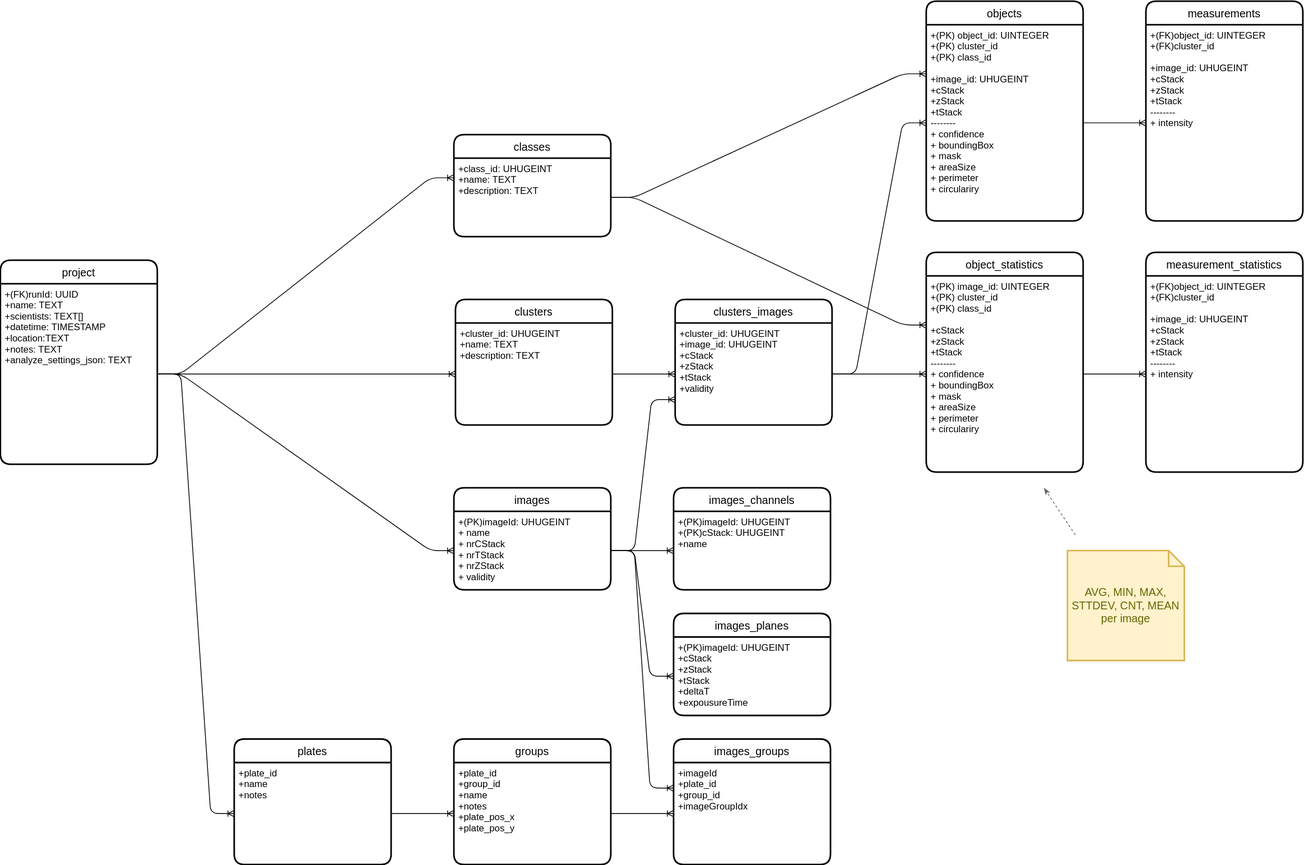
The draw.io diagram doc/database_schema_new.drawio.svg in joda01/imagec, before a commit. Source tidied: cells renumbered, new cells last; positions are measured from the earlier drawing's top-left corner, leaving out a move shared by most shapes.
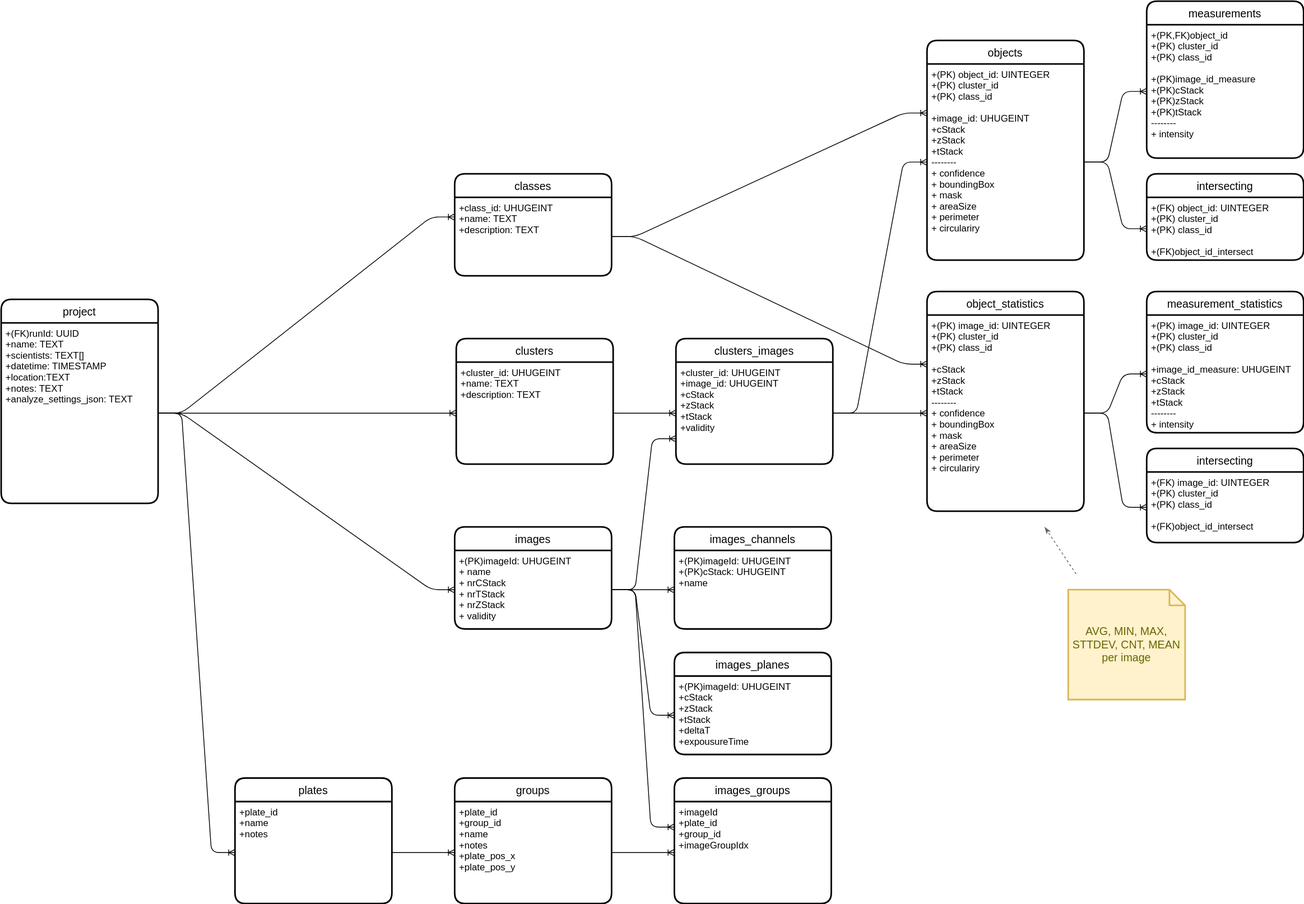
After the commit.

Change to the diagram source:
```diff
@@ -21,10 +21,10 @@
       <mxGeometry y="30" width="200" height="230" as="geometry" />
     </mxCell>
     <mxCell id="8" value="measurements" style="swimlane;horizontal=1;startSize=30;rounded=1;fontSize=14;fontStyle=0;strokeWidth=2;shadow=0;dashed=0;align=center;" parent="1" vertex="1">
-      <mxGeometry x="1460" width="200" height="280" as="geometry" />
+      <mxGeometry x="1460" y="-50" width="200" height="200" as="geometry" />
     </mxCell>
-    <mxCell id="9" value="+(FK)object_id: UINTEGER&#10;+(FK)cluster_id&#10;&#10;+image_id: UHUGEINT&#10;+cStack&#10;+zStack&#10;+tStack&#10;--------&#10;+ intensity&#10;" style="align=left;strokeColor=none;fillColor=none;spacingLeft=4;fontSize=12;verticalAlign=top;" parent="8" vertex="1">
-      <mxGeometry y="30" width="200" height="250" as="geometry" />
+    <mxCell id="9" value="+(PK,FK)object_id&#10;+(PK) cluster_id&#10;+(PK) class_id&#10;&#10;+(PK)image_id_measure&#10;+(PK)cStack&#10;+(PK)zStack&#10;+(PK)tStack&#10;--------&#10;+ intensity" style="align=left;strokeColor=none;fillColor=none;spacingLeft=4;fontSize=12;verticalAlign=top;" parent="8" vertex="1">
+      <mxGeometry y="30" width="200" height="170" as="geometry" />
     </mxCell>
     <mxCell id="10" style="edgeStyle=entityRelationEdgeStyle;fontSize=12;html=1;endArrow=ERoneToMany;exitX=1;exitY=0.5;exitDx=0;exitDy=0;entryX=0;entryY=0.5;entryDx=0;entryDy=0;" parent="1" edge="1" source="5" target="9">
       <mxGeometry relative="1" as="geometry" />
@@ -93,10 +93,10 @@
       <mxGeometry y="30" width="200" height="250" as="geometry" />
     </mxCell>
     <mxCell id="32" value="measurement_statistics" style="swimlane;horizontal=1;startSize=30;rounded=1;fontSize=14;fontStyle=0;strokeWidth=2;shadow=0;dashed=0;align=center;" parent="1" vertex="1">
-      <mxGeometry x="1460" y="320" width="200" height="280" as="geometry" />
+      <mxGeometry x="1460" y="320" width="200" height="180" as="geometry" />
     </mxCell>
-    <mxCell id="33" value="+(FK)object_id: UINTEGER&#10;+(FK)cluster_id&#10;&#10;+image_id: UHUGEINT&#10;+cStack&#10;+zStack&#10;+tStack&#10;--------&#10;+ intensity&#10;" style="align=left;strokeColor=none;fillColor=none;spacingLeft=4;fontSize=12;verticalAlign=top;" parent="32" vertex="1">
-      <mxGeometry y="30" width="200" height="250" as="geometry" />
+    <mxCell id="33" value="+(PK) image_id: UINTEGER&#10;+(PK) cluster_id&#10;+(PK) class_id&#10;&#10;+image_id_measure: UHUGEINT&#10;+cStack&#10;+zStack&#10;+tStack&#10;--------&#10;+ intensity&#10;" style="align=left;strokeColor=none;fillColor=none;spacingLeft=4;fontSize=12;verticalAlign=top;" parent="32" vertex="1">
+      <mxGeometry y="30" width="200" height="150" as="geometry" />
     </mxCell>
     <mxCell id="34" style="edgeStyle=entityRelationEdgeStyle;fontSize=12;html=1;endArrow=ERoneToMany;exitX=1;exitY=0.5;exitDx=0;exitDy=0;entryX=0;entryY=0.5;entryDx=0;entryDy=0;" parent="1" edge="1" source="31" target="33">
       <mxGeometry relative="1" as="geometry" />
@@ -146,5 +146,23 @@
     <mxCell id="48" style="edgeStyle=entityRelationEdgeStyle;fontSize=12;html=1;endArrow=ERoneToMany;exitX=1;exitY=0.5;exitDx=0;exitDy=0;entryX=0;entryY=0.5;entryDx=0;entryDy=0;" parent="1" edge="1" source="7" target="36">
       <mxGeometry relative="1" as="geometry" />
     </mxCell>
+    <mxCell id="49" value="intersecting" style="swimlane;horizontal=1;startSize=30;rounded=1;fontSize=14;fontStyle=0;strokeWidth=2;shadow=0;dashed=0;align=center;" parent="1" vertex="1">
+      <mxGeometry x="1460" y="170" width="200" height="110" as="geometry" />
+    </mxCell>
+    <mxCell id="50" value="+(FK) object_id: UINTEGER&#10;+(PK) cluster_id&#10;+(PK) class_id&#10;&#10;+(FK)object_id_intersect" style="align=left;strokeColor=none;fillColor=none;spacingLeft=4;fontSize=12;verticalAlign=top;" parent="49" vertex="1">
+      <mxGeometry y="30" width="200" height="80" as="geometry" />
+    </mxCell>
+    <mxCell id="51" style="edgeStyle=entityRelationEdgeStyle;fontSize=12;html=1;endArrow=ERoneToMany;exitX=1;exitY=0.5;exitDx=0;exitDy=0;entryX=0;entryY=0.5;entryDx=0;entryDy=0;" parent="1" edge="1" source="5" target="50">
+      <mxGeometry relative="1" as="geometry" />
+    </mxCell>
+    <mxCell id="52" value="intersecting" style="swimlane;horizontal=1;startSize=30;rounded=1;fontSize=14;fontStyle=0;strokeWidth=2;shadow=0;dashed=0;align=center;" parent="1" vertex="1">
+      <mxGeometry x="1460" y="520" width="200" height="120" as="geometry" />
+    </mxCell>
+    <mxCell id="53" value="+(FK) image_id: UINTEGER&#10;+(PK) cluster_id&#10;+(PK) class_id&#10;&#10;+(FK)object_id_intersect" style="align=left;strokeColor=none;fillColor=none;spacingLeft=4;fontSize=12;verticalAlign=top;" parent="52" vertex="1">
+      <mxGeometry y="30" width="200" height="90" as="geometry" />
+    </mxCell>
+    <mxCell id="54" style="edgeStyle=entityRelationEdgeStyle;fontSize=12;html=1;endArrow=ERoneToMany;exitX=1;exitY=0.5;exitDx=0;exitDy=0;entryX=0;entryY=0.5;entryDx=0;entryDy=0;" parent="1" edge="1" source="31" target="53">
+      <mxGeometry relative="1" as="geometry" />
+    </mxCell>
   </root>
 </mxGraphModel>
```
